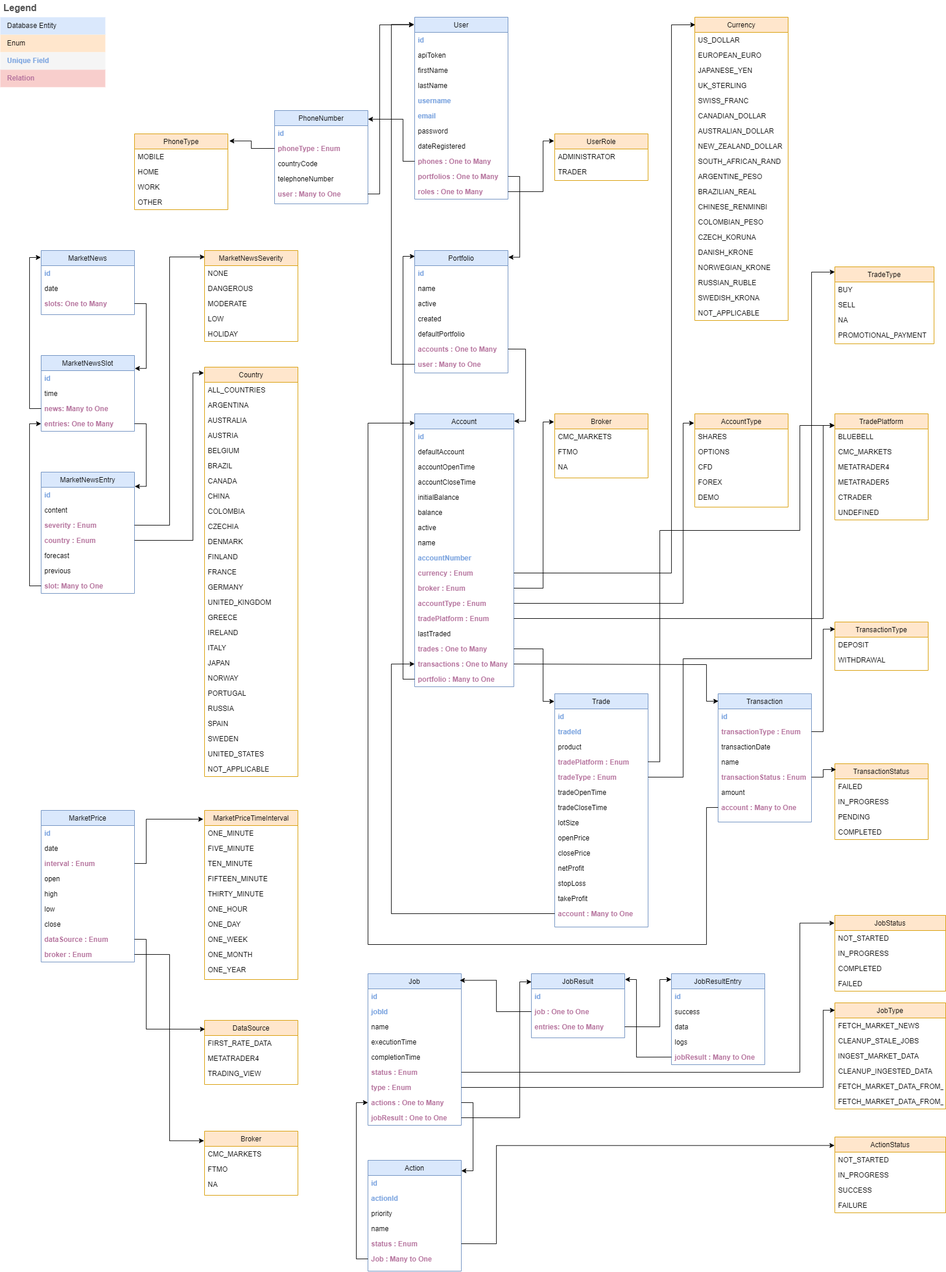
The draw.io diagram documentation/Data Model.png in sPrizio/bluebell, before a commit. Source tidied: cells renumbered, new cells last; positions are measured from the earlier drawing's top-left corner, leaving out a move shared by most shapes.
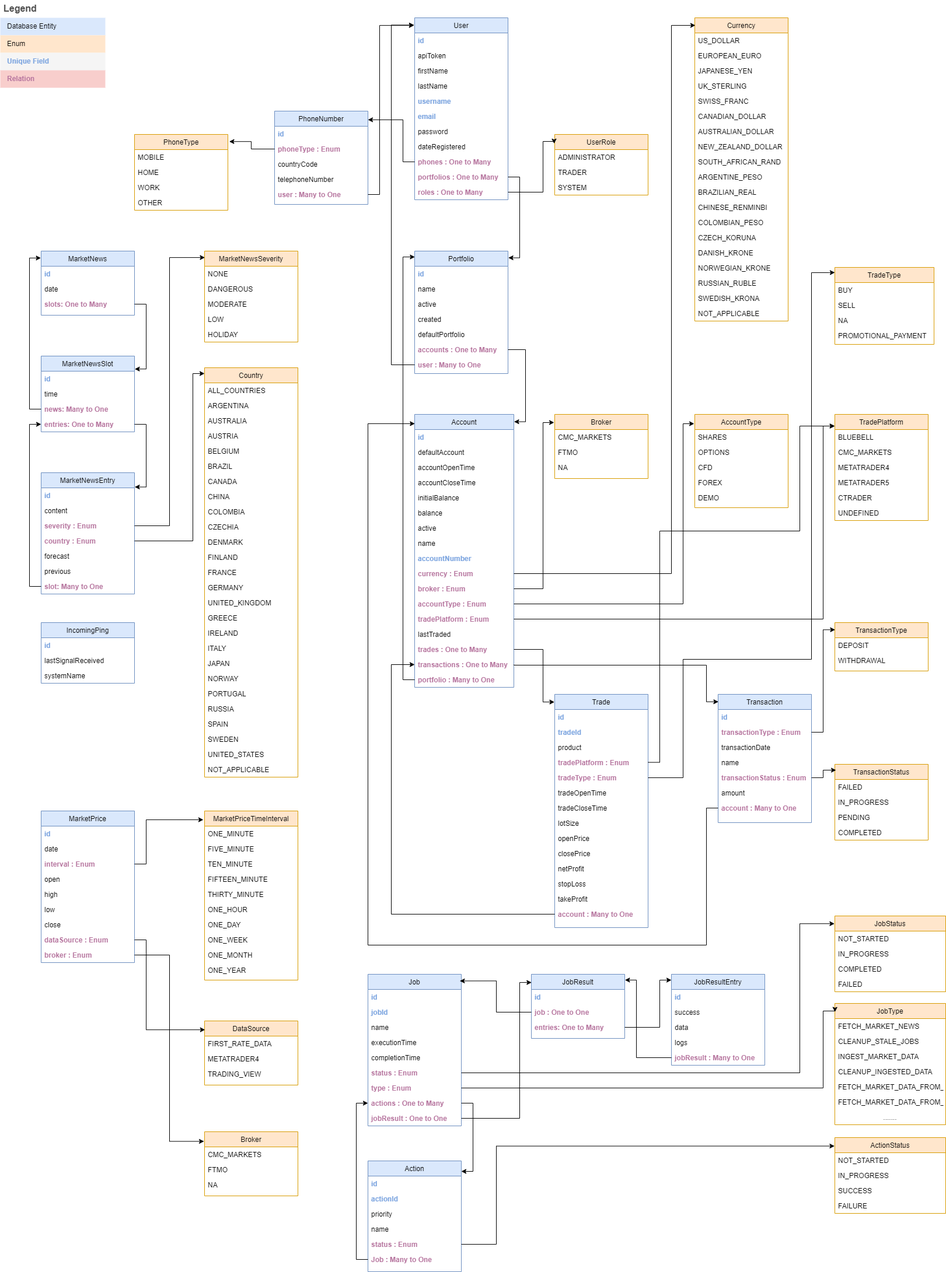
After the commit.

Change to the diagram source:
```diff
@@ -81,7 +81,7 @@
       <mxGeometry y="130" width="160" height="26" as="geometry" />
     </mxCell>
     <mxCell id="28" value="UserRole" style="swimlane;fontStyle=0;align=center;verticalAlign=top;horizontal=1;startSize=26;rounded=0;shadow=0;strokeWidth=1;fillColor=#ffe6cc;strokeColor=#d79b00;" parent="1" vertex="1">
-      <mxGeometry x="950" y="230" width="160" height="80" as="geometry" />
+      <mxGeometry x="950" y="230" width="160" height="104" as="geometry" />
     </mxCell>
     <mxCell id="29" value="ADMINISTRATOR" style="text;align=left;verticalAlign=top;spacingLeft=4;spacingRight=4;overflow=hidden;" parent="28" vertex="1">
       <mxGeometry y="26" width="160" height="26" as="geometry" />
@@ -89,6 +89,9 @@
     <mxCell id="30" value="TRADER" style="text;align=left;verticalAlign=top;spacingLeft=4;spacingRight=4;overflow=hidden;rounded=0;shadow=0;html=0;" parent="28" vertex="1">
       <mxGeometry y="52" width="160" height="26" as="geometry" />
     </mxCell>
+    <mxCell id="297" value="SYSTEM" style="text;align=left;verticalAlign=top;spacingLeft=4;spacingRight=4;overflow=hidden;rounded=0;shadow=0;html=0;" parent="28" vertex="1">
+      <mxGeometry y="78" width="160" height="26" as="geometry" />
+    </mxCell>
     <mxCell id="31" style="edgeStyle=orthogonalEdgeStyle;rounded=0;jettySize=auto;html=1;exitX=0;exitY=0.5;exitDx=0;exitDy=0;entryX=1;entryY=0.093;entryDx=0;entryDy=0;entryPerimeter=0;" parent="1" edge="1" source="11" target="22">
       <mxGeometry relative="1" as="geometry">
         <Array as="points">
@@ -822,7 +825,7 @@
       <mxGeometry y="104" width="190" height="26" as="geometry" />
     </mxCell>
     <mxCell id="241" value="JobType" style="swimlane;fontStyle=0;align=center;verticalAlign=top;horizontal=1;startSize=26;rounded=0;shadow=0;strokeWidth=1;fillColor=#ffe6cc;strokeColor=#d79b00;" parent="1" vertex="1">
-      <mxGeometry x="1430" y="1720" width="190" height="182" as="geometry" />
+      <mxGeometry x="1430" y="1720" width="190" height="208" as="geometry" />
     </mxCell>
     <mxCell id="242" value="FETCH_MARKET_NEWS" style="text;align=left;verticalAlign=top;spacingLeft=4;spacingRight=4;overflow=hidden;" parent="241" vertex="1">
       <mxGeometry y="26" width="190" height="26" as="geometry" />
@@ -842,6 +845,9 @@
     <mxCell id="247" value="FETCH_MARKET_DATA_FROM_MT4" style="text;align=left;verticalAlign=top;spacingLeft=4;spacingRight=4;overflow=hidden;rounded=0;shadow=0;html=0;" parent="241" vertex="1">
       <mxGeometry y="156" width="190" height="26" as="geometry" />
     </mxCell>
+    <mxCell id="298" value="......." style="text;align=center;verticalAlign=top;spacingLeft=4;spacingRight=4;overflow=hidden;rounded=0;shadow=0;html=0;" parent="241" vertex="1">
+      <mxGeometry y="182" width="190" height="26" as="geometry" />
+    </mxCell>
     <mxCell id="248" style="edgeStyle=orthogonalEdgeStyle;rounded=0;jettySize=auto;html=1;exitX=1;exitY=0.5;exitDx=0;exitDy=0;entryX=-0.003;entryY=0.102;entryDx=0;entryDy=0;entryPerimeter=0;" parent="1" edge="1" source="218" target="236">
       <mxGeometry relative="1" as="geometry">
         <Array as="points">
@@ -1019,5 +1025,17 @@
     <mxCell id="296" style="edgeStyle=orthogonalEdgeStyle;rounded=0;jettySize=auto;html=1;exitX=1;exitY=0.5;exitDx=0;exitDy=0;entryX=-0.006;entryY=0.15;entryDx=0;entryDy=0;entryPerimeter=0;" parent="1" edge="1" source="274" target="292">
       <mxGeometry relative="1" as="geometry" />
     </mxCell>
+    <mxCell id="299" value="IncomingPing" style="swimlane;fontStyle=0;align=center;verticalAlign=top;horizontal=1;startSize=26;rounded=0;shadow=0;strokeWidth=1;fillColor=#dae8fc;strokeColor=#6c8ebf;" parent="1" vertex="1">
+      <mxGeometry x="70" y="1067" width="160" height="104" as="geometry" />
+    </mxCell>
+    <mxCell id="300" value="id" style="text;align=left;verticalAlign=top;spacingLeft=4;spacingRight=4;overflow=hidden;fontColor=#7EA6E0;fontStyle=1;" parent="299" vertex="1">
+      <mxGeometry y="26" width="160" height="26" as="geometry" />
+    </mxCell>
+    <mxCell id="301" value="lastSignalReceived" style="text;align=left;verticalAlign=top;spacingLeft=4;spacingRight=4;overflow=hidden;rounded=0;shadow=0;html=0;fontColor=#000000;fontStyle=0;" parent="299" vertex="1">
+      <mxGeometry y="52" width="160" height="26" as="geometry" />
+    </mxCell>
+    <mxCell id="302" value="systemName" style="text;align=left;verticalAlign=top;spacingLeft=4;spacingRight=4;overflow=hidden;rounded=0;shadow=0;html=0;fontStyle=0;fontColor=#000000;" parent="299" vertex="1">
+      <mxGeometry y="78" width="160" height="26" as="geometry" />
+    </mxCell>
   </root>
 </mxGraphModel>
```
